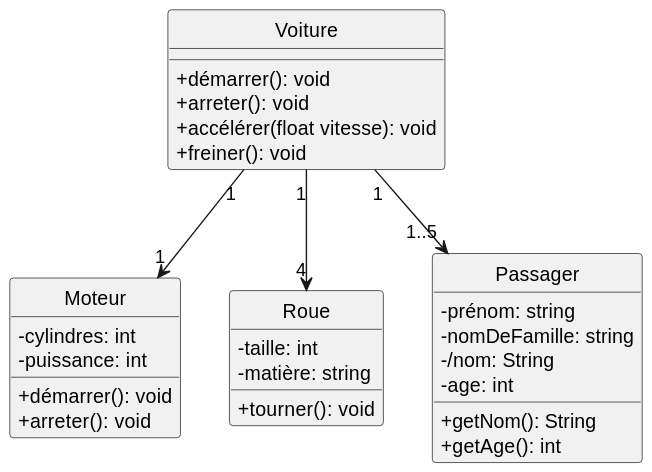
Earlier version of the PlantUML export out/plant_uml/attributeRelationExample/attributeRelationExample.svg (gigl-uml/Guide_uml_polymtl).
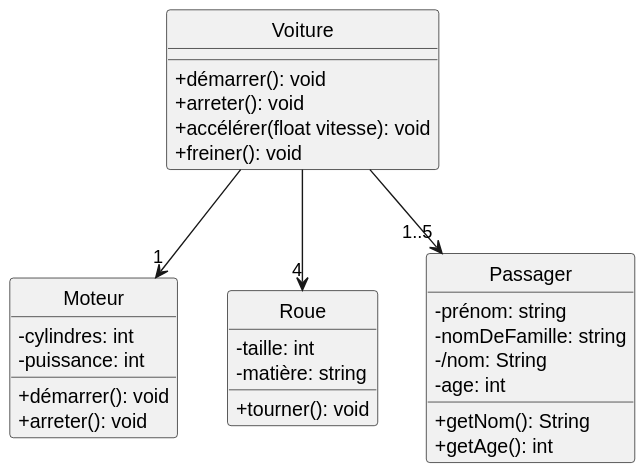
Above is the later version.

Change to the diagram source:
```diff
@@ -32,8 +32,7 @@
   + getAge(): int
 }
 
-Voiture "1" --> "1" Moteur
-Voiture "1" --> "4" Roue
-Voiture "1" --> "1..5" Passager
-
+Voiture --> "1" Moteur
+Voiture --> "4" Roue
+Voiture --> "1..5" Passager
 @enduml
```
